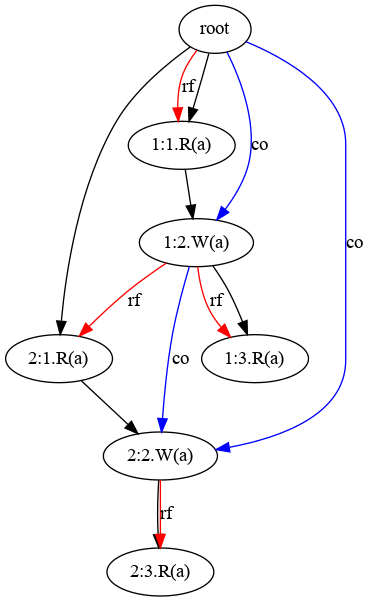
Before: src/main/resources/Visualized_Graphs/Execution_Graph_4.png, a diagram exported from Graphviz (mpi-sws-rse/jmc). Its source is kept beside it as src/main/resources/Visualized_Graphs/Execution_Graph_4.dot.
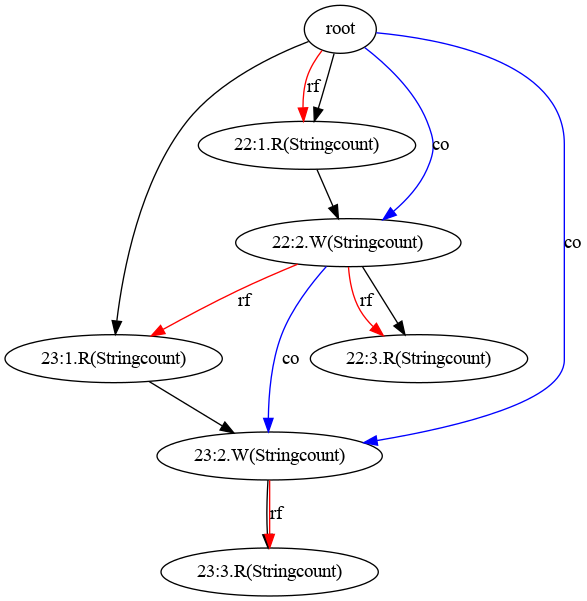
After the commit.

What changed in the source:
```diff
@@ -1,21 +1,21 @@
 digraph {
-11 [label="1:1.R(a)"]
-root -> 11;
-root -> 11[color=red, label="rf"];
-21 [label="2:1.R(a)"]
-root -> 21;
-12 -> 21[color=red, label="rf"];
-12 [label="1:2.W(a)"]
-11 -> 12;
-13 [label="1:3.R(a)"]
-12 -> 13;
-12 -> 13[color=red, label="rf"];
-22 [label="2:2.W(a)"]
-21 -> 22;
-23 [label="2:3.R(a)"]
-22 -> 23;
-22 -> 23[color=red, label="rf"];
-root -> 12[color=blue, label="co"];
-root -> 22[color=blue, label="co"];
-12 -> 22[color=blue, label="co"];
+221 [label="22:1.R(Stringcount)"]
+root -> 221;
+root -> 221[color=red, label="rf"];
+231 [label="23:1.R(Stringcount)"]
+root -> 231;
+222 -> 231[color=red, label="rf"];
+222 [label="22:2.W(Stringcount)"]
+221 -> 222;
+223 [label="22:3.R(Stringcount)"]
+222 -> 223;
+222 -> 223[color=red, label="rf"];
+232 [label="23:2.W(Stringcount)"]
+231 -> 232;
+233 [label="23:3.R(Stringcount)"]
+232 -> 233;
+232 -> 233[color=red, label="rf"];
+root -> 222[color=blue, label="co"];
+root -> 232[color=blue, label="co"];
+222 -> 232[color=blue, label="co"];
 }
```
